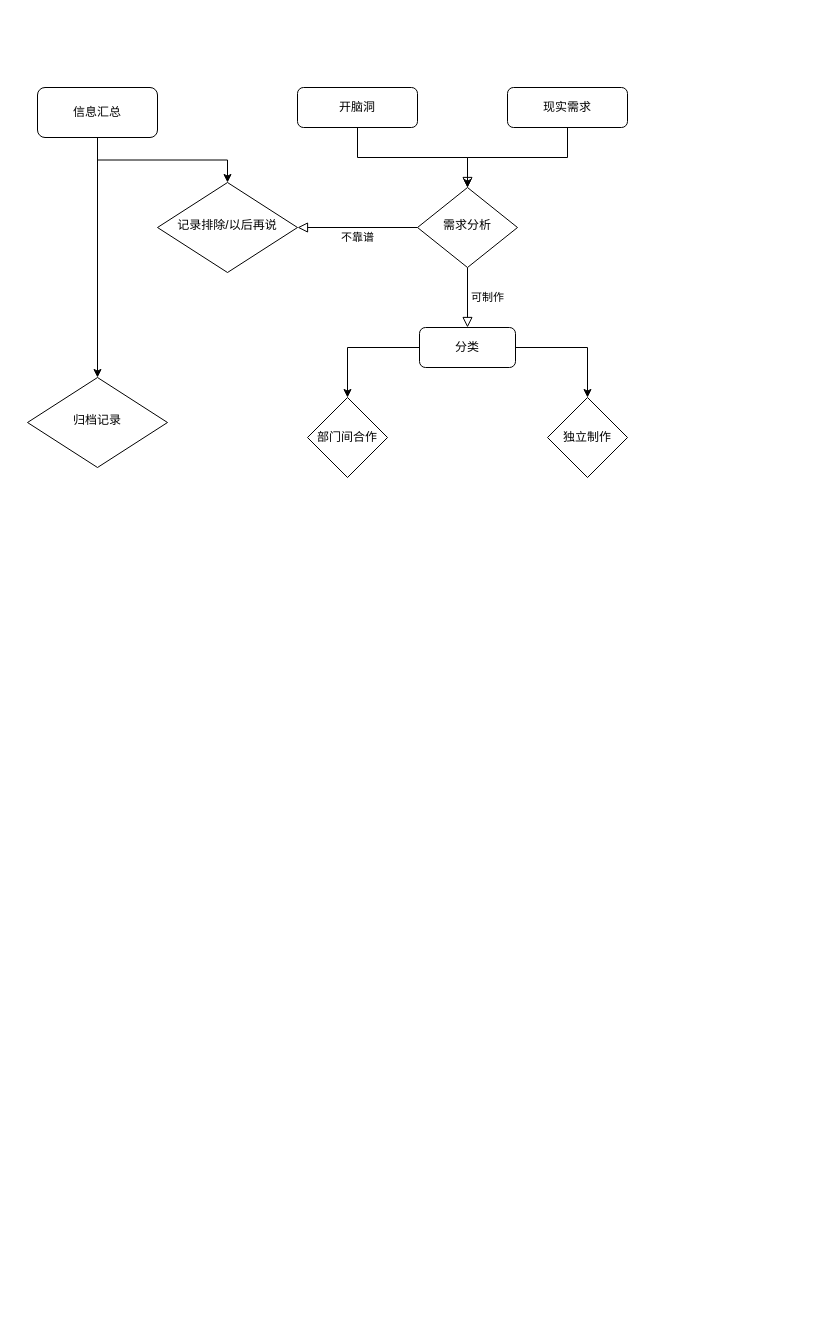
Above: workFlow.drawio in caropro/LearningTDA (draw.io), before the change. Source tidied: cells renumbered, new cells numbered last; positions are measured from the earlier drawing's top-left corner, leaving out a move shared by most shapes. Both pictures are drawn from the tidied source at 100%, with x=0, y=0 at pixel (27, 87).
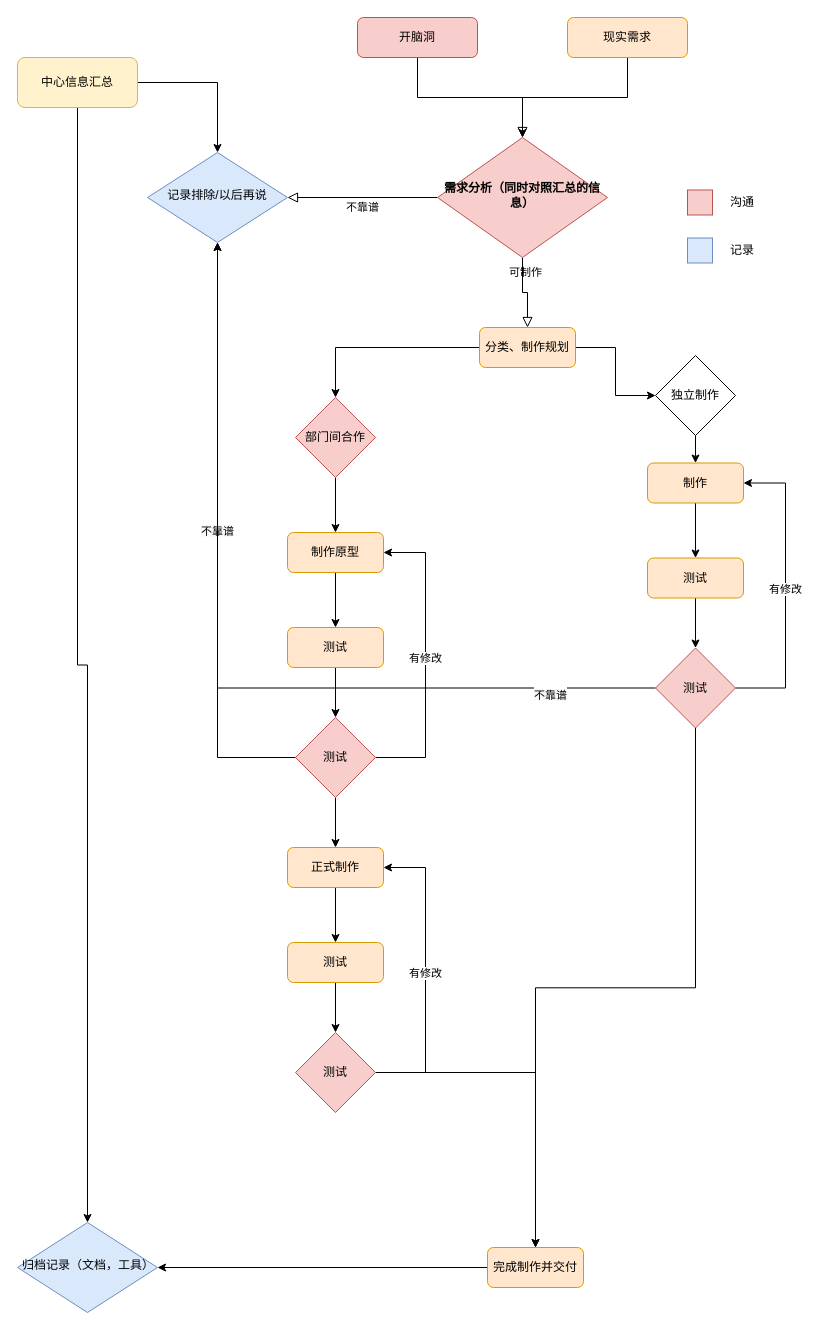
The same page after the edit.

Change to the diagram source:
```diff
@@
-    <mxCell id="3" value="开脑洞" style="rounded=1;whiteSpace=wrap;html=1;fontSize=12;glass=0;strokeWidth=1;shadow=0;" parent="1" vertex="1">
-      <mxGeometry x="270" width="120" height="40" as="geometry" />
+    <mxCell id="3" value="开脑洞" style="rounded=1;whiteSpace=wrap;html=1;fontSize=12;glass=0;strokeWidth=1;shadow=0;fillColor=#f8cecc;strokeColor=#b85450;" parent="1" vertex="1">
+      <mxGeometry x="330" y="-70" width="120" height="40" as="geometry" />
     </mxCell>
@@
-    <mxCell id="6" value="需求分析" style="rhombus;whiteSpace=wrap;html=1;shadow=0;fontFamily=Helvetica;fontSize=12;align=center;strokeWidth=1;spacing=6;spacingTop=-4;" parent="1" vertex="1">
-      <mxGeometry x="390" y="100" width="100" height="80" as="geometry" />
+    <mxCell id="6" value="&lt;b&gt;需求分析（同时对照汇总的信息）&lt;/b&gt;" style="rhombus;whiteSpace=wrap;html=1;shadow=0;fontFamily=Helvetica;fontSize=12;align=center;strokeWidth=1;spacing=6;spacingTop=-4;fillColor=#f8cecc;strokeColor=#b85450;" parent="1" vertex="1">
+      <mxGeometry x="410" y="50" width="170" height="120" as="geometry" />
     </mxCell>
@@
-    <mxCell id="8" value="现实需求" style="rounded=1;whiteSpace=wrap;html=1;fontSize=12;glass=0;strokeWidth=1;shadow=0;" parent="1" vertex="1">
-      <mxGeometry x="480" width="120" height="40" as="geometry" />
+    <mxCell id="8" value="现实需求" style="rounded=1;whiteSpace=wrap;html=1;fontSize=12;glass=0;strokeWidth=1;shadow=0;fillColor=#ffe6cc;strokeColor=#d79b00;" parent="1" vertex="1">
+      <mxGeometry x="540" y="-70" width="120" height="40" as="geometry" />
     </mxCell>
@@
-    <mxCell id="11" value="信息汇总" style="rounded=1;whiteSpace=wrap;html=1;fontSize=12;glass=0;strokeWidth=1;shadow=0;" parent="1" vertex="1">
-      <mxGeometry x="10" width="120" height="50" as="geometry" />
+    <mxCell id="11" value="中心信息汇总" style="rounded=1;whiteSpace=wrap;html=1;fontSize=12;glass=0;strokeWidth=1;shadow=0;fillColor=#fff2cc;strokeColor=#d6b656;" parent="1" vertex="1">
+      <mxGeometry x="-10" y="-30" width="120" height="50" as="geometry" />
     </mxCell>
-    <mxCell id="12" value="记录排除/以后再说" style="rhombus;whiteSpace=wrap;html=1;shadow=0;fontFamily=Helvetica;fontSize=12;align=center;strokeWidth=1;spacing=6;spacingTop=-4;" parent="1" vertex="1">
-      <mxGeometry x="130" y="95" width="140" height="90" as="geometry" />
+    <mxCell id="12" value="记录排除/以后再说" style="rhombus;whiteSpace=wrap;html=1;shadow=0;fontFamily=Helvetica;fontSize=12;align=center;strokeWidth=1;spacing=6;spacingTop=-4;fillColor=#dae8fc;strokeColor=#6c8ebf;" parent="1" vertex="1">
+      <mxGeometry x="120" y="65" width="140" height="90" as="geometry" />
     </mxCell>
+    <mxCell id="19" style="edgeStyle=orthogonalEdgeStyle;rounded=0;jettySize=auto;html=1;exitX=0.5;exitY=1;exitDx=0;exitDy=0;entryX=0.5;entryY=0;entryDx=0;entryDy=0;" parent="1" edge="1" source="13" target="26">
+      <mxGeometry relative="1" as="geometry" />
+    </mxCell>
-    <mxCell id="13" value="部门间合作" style="rhombus;whiteSpace=wrap;html=1;" parent="1" vertex="1">
-      <mxGeometry x="280" y="310" width="80" height="80" as="geometry" />
+    <mxCell id="13" value="部门间合作" style="rhombus;whiteSpace=wrap;html=1;fillColor=#f8cecc;strokeColor=#b85450;" parent="1" vertex="1">
+      <mxGeometry x="268" y="310" width="80" height="80" as="geometry" />
     </mxCell>
+    <mxCell id="20" style="edgeStyle=orthogonalEdgeStyle;rounded=0;jettySize=auto;html=1;entryX=0.5;entryY=0;entryDx=0;entryDy=0;" parent="1" edge="1" source="14" target="34">
+      <mxGeometry relative="1" as="geometry" />
+    </mxCell>
     <mxCell id="14" value="独立制作" style="rhombus;whiteSpace=wrap;html=1;" parent="1" vertex="1">
-      <mxGeometry x="520" y="310" width="80" height="80" as="geometry" />
+      <mxGeometry x="628" y="268" width="80" height="80" as="geometry" />
     </mxCell>
@@
-    <mxCell id="17" value="分类" style="rounded=1;whiteSpace=wrap;html=1;" parent="1" vertex="1">
-      <mxGeometry x="392" y="240" width="96" height="40" as="geometry" />
+    <mxCell id="17" value="分类、制作规划" style="rounded=1;whiteSpace=wrap;html=1;fillColor=#ffe6cc;strokeColor=#d79b00;" parent="1" vertex="1">
+      <mxGeometry x="452" y="240" width="96" height="40" as="geometry" />
     </mxCell>
-    <mxCell id="18" value="归档记录" style="rhombus;whiteSpace=wrap;html=1;shadow=0;fontFamily=Helvetica;fontSize=12;align=center;strokeWidth=1;spacing=6;spacingTop=-4;" parent="1" vertex="1">
-      <mxGeometry y="290" width="140" height="90" as="geometry" />
+    <mxCell id="18" value="归档记录（文档，工具）" style="rhombus;whiteSpace=wrap;html=1;shadow=0;fontFamily=Helvetica;fontSize=12;align=center;strokeWidth=1;spacing=6;spacingTop=-4;fillColor=#dae8fc;strokeColor=#6c8ebf;" parent="1" vertex="1">
+      <mxGeometry x="-10" y="1135" width="140" height="90" as="geometry" />
     </mxCell>
+    <mxCell id="21" style="whiteSpace=wrap;html=1;fillColor=#f8cecc;strokeColor=#b85450;" parent="1" vertex="1">
+      <mxGeometry x="660" y="102.5" width="25" height="25" as="geometry" />
+    </mxCell>
+    <mxCell id="22" value="沟通" style="text;html=1;strokeColor=none;fillColor=none;align=center;verticalAlign=middle;whiteSpace=wrap;rounded=0;" parent="1" vertex="1">
+      <mxGeometry x="685" y="100" width="60" height="30" as="geometry" />
+    </mxCell>
+    <mxCell id="23" style="whiteSpace=wrap;html=1;fillColor=#dae8fc;strokeColor=#6c8ebf;" parent="1" vertex="1">
+      <mxGeometry x="660" y="150.5" width="25" height="25" as="geometry" />
+    </mxCell>
+    <mxCell id="24" value="记录" style="text;html=1;strokeColor=none;fillColor=none;align=center;verticalAlign=middle;whiteSpace=wrap;rounded=0;" parent="1" vertex="1">
+      <mxGeometry x="685" y="148" width="60" height="30" as="geometry" />
+    </mxCell>
+    <mxCell id="25" style="edgeStyle=orthogonalEdgeStyle;rounded=0;jettySize=auto;html=1;entryX=0.5;entryY=0;entryDx=0;entryDy=0;" parent="1" edge="1" source="26" target="28">
+      <mxGeometry relative="1" as="geometry" />
+    </mxCell>
+    <mxCell id="26" value="制作原型" style="rounded=1;whiteSpace=wrap;html=1;fillColor=#ffe6cc;strokeColor=#d79b00;" parent="1" vertex="1">
+      <mxGeometry x="260" y="445" width="96" height="40" as="geometry" />
+    </mxCell>
+    <mxCell id="27" style="edgeStyle=orthogonalEdgeStyle;rounded=0;jettySize=auto;html=1;" parent="1" edge="1" source="28" target="32">
+      <mxGeometry relative="1" as="geometry" />
+    </mxCell>
+    <mxCell id="28" value="测试" style="rounded=1;whiteSpace=wrap;html=1;fillColor=#ffe6cc;strokeColor=#d79b00;" parent="1" vertex="1">
+      <mxGeometry x="260" y="540" width="96" height="40" as="geometry" />
+    </mxCell>
+    <mxCell id="29" value="有修改" style="edgeStyle=orthogonalEdgeStyle;rounded=0;jettySize=auto;html=1;" parent="1" edge="1" source="32" target="26">
+      <mxGeometry relative="1" as="geometry">
+        <Array as="points">
+          <mxPoint x="398" y="670" />
+          <mxPoint x="398" y="465" />
+        </Array>
+      </mxGeometry>
+    </mxCell>
+    <mxCell id="30" value="&#10;&lt;span style=&quot;color: rgb(0, 0, 0); font-family: Helvetica; font-size: 11px; font-style: normal; font-variant-ligatures: normal; font-variant-caps: normal; font-weight: 400; letter-spacing: normal; orphans: 2; text-align: center; text-indent: 0px; text-transform: none; widows: 2; word-spacing: 0px; -webkit-text-stroke-width: 0px; background-color: rgb(248, 249, 250); text-decoration-thickness: initial; text-decoration-style: initial; text-decoration-color: initial; float: none; display: inline !important;&quot;&gt;不靠谱&lt;/span&gt;&#10;&#10;" style="edgeStyle=orthogonalEdgeStyle;rounded=0;jettySize=auto;html=1;entryX=0.5;entryY=1;entryDx=0;entryDy=0;" parent="1" edge="1" source="32" target="12">
+      <mxGeometry relative="1" as="geometry" />
+    </mxCell>
+    <mxCell id="31" style="edgeStyle=orthogonalEdgeStyle;rounded=0;jettySize=auto;html=1;entryX=0.5;entryY=0;entryDx=0;entryDy=0;" parent="1" edge="1" source="32" target="43">
+      <mxGeometry relative="1" as="geometry" />
+    </mxCell>
+    <mxCell id="32" value="测试" style="rhombus;whiteSpace=wrap;html=1;fillColor=#f8cecc;strokeColor=#b85450;" parent="1" vertex="1">
+      <mxGeometry x="268" y="630" width="80" height="80" as="geometry" />
+    </mxCell>
+    <mxCell id="33" style="edgeStyle=orthogonalEdgeStyle;rounded=0;jettySize=auto;html=1;entryX=0.5;entryY=0;entryDx=0;entryDy=0;" parent="1" edge="1" source="34" target="36">
+      <mxGeometry relative="1" as="geometry" />
+    </mxCell>
+    <mxCell id="34" value="制作" style="rounded=1;whiteSpace=wrap;html=1;fillColor=#ffe6cc;strokeColor=#d79b00;" parent="1" vertex="1">
+      <mxGeometry x="620" y="375.5" width="96" height="40" as="geometry" />
+    </mxCell>
+    <mxCell id="35" style="edgeStyle=orthogonalEdgeStyle;rounded=0;jettySize=auto;html=1;" parent="1" edge="1" source="36" target="41">
+      <mxGeometry relative="1" as="geometry" />
+    </mxCell>
+    <mxCell id="36" value="测试" style="rounded=1;whiteSpace=wrap;html=1;fillColor=#ffe6cc;strokeColor=#d79b00;" parent="1" vertex="1">
+      <mxGeometry x="620" y="470.5" width="96" height="40" as="geometry" />
+    </mxCell>
+    <mxCell id="37" value="有修改" style="edgeStyle=orthogonalEdgeStyle;rounded=0;jettySize=auto;html=1;" parent="1" edge="1" source="41" target="34">
+      <mxGeometry relative="1" as="geometry">
+        <Array as="points">
+          <mxPoint x="758" y="600.5" />
+          <mxPoint x="758" y="395.5" />
+        </Array>
+      </mxGeometry>
+    </mxCell>
+    <mxCell id="38" style="edgeStyle=orthogonalEdgeStyle;rounded=0;jettySize=auto;html=1;entryX=0.5;entryY=1;entryDx=0;entryDy=0;" parent="1" edge="1" source="41" target="12">
+      <mxGeometry relative="1" as="geometry" />
+    </mxCell>
+    <mxCell id="39" value="&lt;br&gt;&lt;span style=&quot;background-color: rgb(248, 249, 250);&quot;&gt;不靠谱&lt;/span&gt;" style="edgeLabel;html=1;align=center;verticalAlign=middle;" parent="38" vertex="1">
+      <mxGeometry x="-0.76" relative="1" as="geometry" />
+    </mxCell>
+    <mxCell id="40" style="edgeStyle=orthogonalEdgeStyle;rounded=0;jettySize=auto;html=1;exitX=0.5;exitY=1;exitDx=0;exitDy=0;" parent="1" edge="1" source="41" target="50">
+      <mxGeometry relative="1" as="geometry" />
+    </mxCell>
+    <mxCell id="41" value="测试" style="rhombus;whiteSpace=wrap;html=1;fillColor=#f8cecc;strokeColor=#b85450;" parent="1" vertex="1">
+      <mxGeometry x="628" y="560.5" width="80" height="80" as="geometry" />
+    </mxCell>
+    <mxCell id="42" style="edgeStyle=orthogonalEdgeStyle;rounded=0;jettySize=auto;html=1;entryX=0.5;entryY=0;entryDx=0;entryDy=0;" parent="1" edge="1" source="43" target="45">
+      <mxGeometry relative="1" as="geometry" />
+    </mxCell>
+    <mxCell id="43" value="正式制作" style="rounded=1;whiteSpace=wrap;html=1;fillColor=#ffe6cc;strokeColor=#d79b00;" parent="1" vertex="1">
+      <mxGeometry x="260" y="760" width="96" height="40" as="geometry" />
+    </mxCell>
+    <mxCell id="44" style="edgeStyle=orthogonalEdgeStyle;rounded=0;jettySize=auto;html=1;" parent="1" edge="1" source="45" target="48">
+      <mxGeometry relative="1" as="geometry" />
+    </mxCell>
+    <mxCell id="45" value="测试" style="rounded=1;whiteSpace=wrap;html=1;fillColor=#ffe6cc;strokeColor=#d79b00;" parent="1" vertex="1">
+      <mxGeometry x="260" y="855" width="96" height="40" as="geometry" />
+    </mxCell>
+    <mxCell id="46" value="有修改" style="edgeStyle=orthogonalEdgeStyle;rounded=0;jettySize=auto;html=1;" parent="1" edge="1" source="48" target="43">
+      <mxGeometry relative="1" as="geometry">
+        <Array as="points">
+          <mxPoint x="398" y="985" />
+          <mxPoint x="398" y="780" />
+        </Array>
+      </mxGeometry>
+    </mxCell>
+    <mxCell id="47" style="edgeStyle=orthogonalEdgeStyle;rounded=0;jettySize=auto;html=1;entryX=0.5;entryY=0;entryDx=0;entryDy=0;" parent="1" edge="1" source="48" target="50">
+      <mxGeometry relative="1" as="geometry" />
+    </mxCell>
+    <mxCell id="48" value="测试" style="rhombus;whiteSpace=wrap;html=1;fillColor=#f8cecc;strokeColor=#b85450;" parent="1" vertex="1">
+      <mxGeometry x="268" y="945" width="80" height="80" as="geometry" />
+    </mxCell>
+    <mxCell id="49" style="edgeStyle=orthogonalEdgeStyle;rounded=0;jettySize=auto;html=1;" parent="1" edge="1" source="50" target="18">
+      <mxGeometry relative="1" as="geometry" />
+    </mxCell>
+    <mxCell id="50" value="完成制作并交付" style="rounded=1;whiteSpace=wrap;html=1;fillColor=#ffe6cc;strokeColor=#d79b00;" parent="1" vertex="1">
+      <mxGeometry x="460" y="1160" width="96" height="40" as="geometry" />
+    </mxCell>
```
